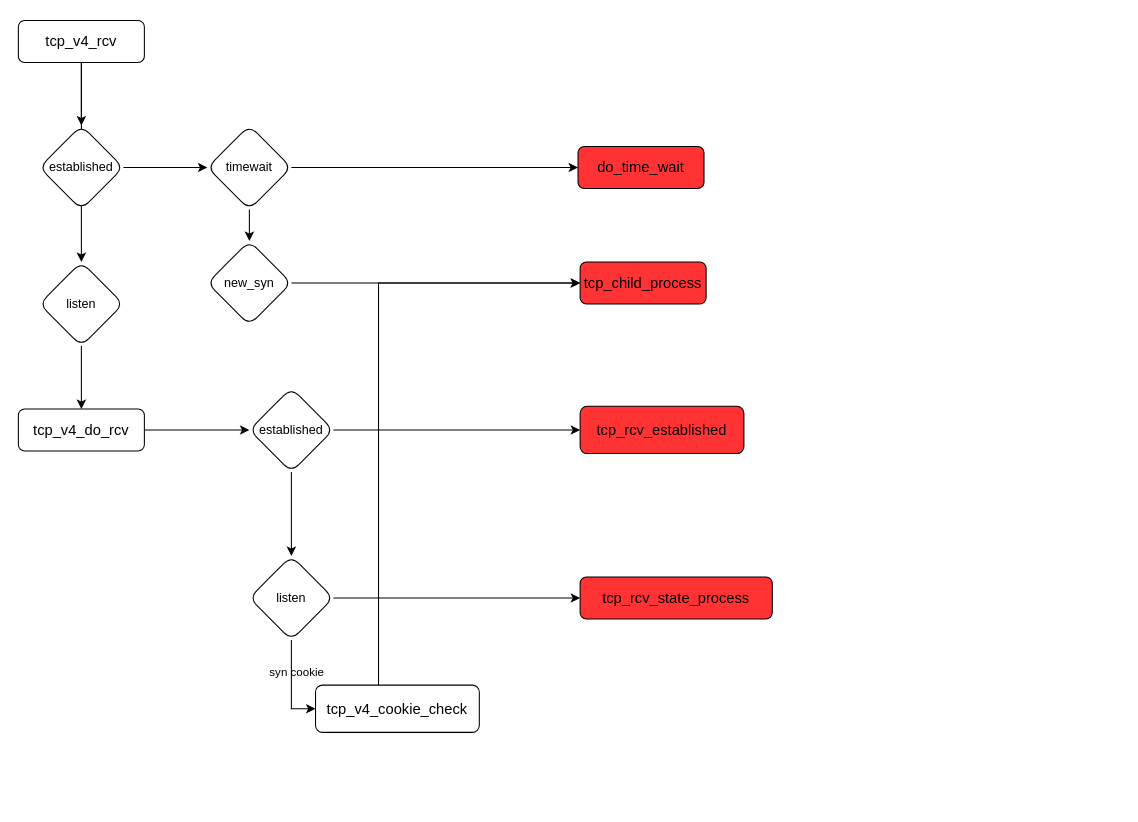
The draw.io diagram linux-kernel/tcp/tcp_recv.drawio in byrcoder/essay, before the edit. Source tidied: cells renumbered, new cells numbered last; positions are measured from the earlier drawing's top-left corner, leaving out a move shared by most shapes. Both pictures are drawn from the tidied source at 105%, with x=0, y=0 at pixel (18, 20).
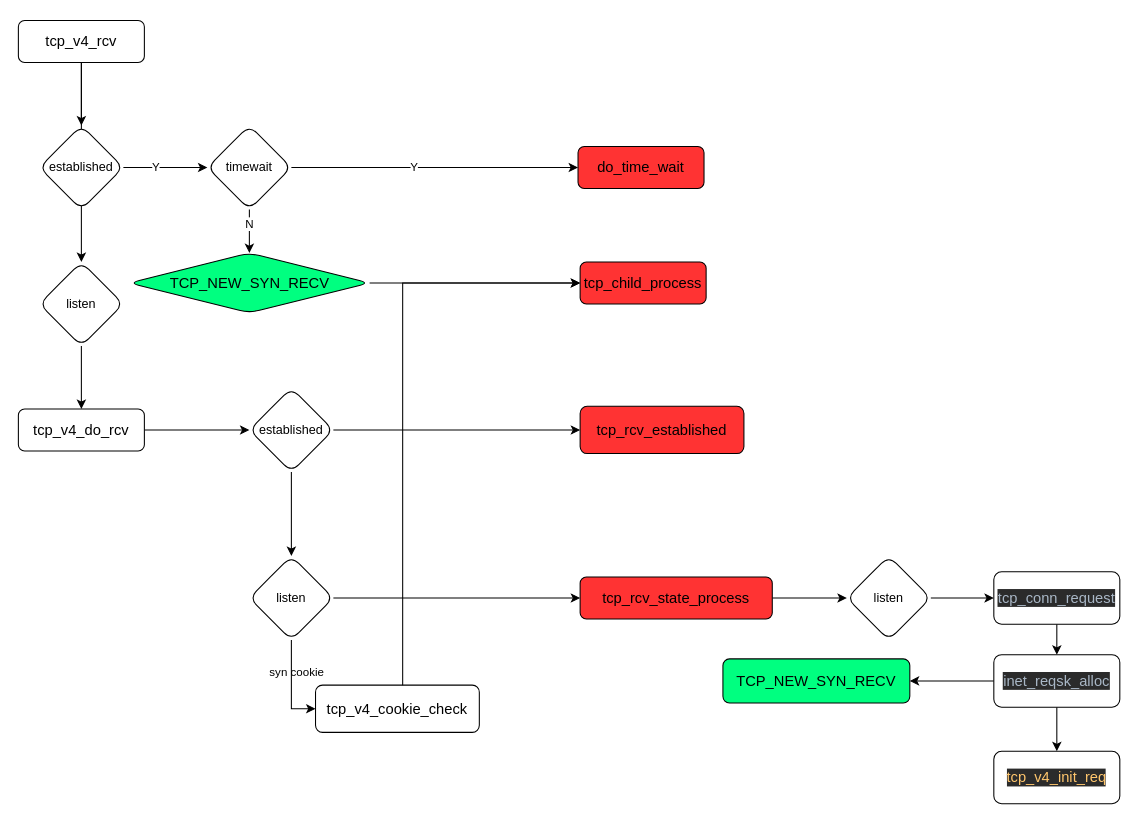
The same page after the edit.

Unchanged cells that the change refers to:
```xml
<mxCell id="5" style="edgeStyle=orthogonalEdgeStyle;rounded=0;jettySize=auto;html=1;exitX=1;exitY=0.5;exitDx=0;exitDy=0;fontColor=#000000;labelBackgroundColor=none;" parent="1" edge="1" source="10" target="8">
  <mxGeometry relative="1" as="geometry" />
</mxCell>
<mxCell id="6" style="edgeStyle=orthogonalEdgeStyle;rounded=0;jettySize=auto;html=1;fontColor=#000000;labelBackgroundColor=none;" parent="1" edge="1" source="7" target="10">
  <mxGeometry relative="1" as="geometry" />
</mxCell>
<mxCell id="9" style="edgeStyle=orthogonalEdgeStyle;rounded=0;jettySize=auto;html=1;fontColor=#000000;labelBackgroundColor=none;" parent="1" edge="1" source="10" target="12">
  <mxGeometry relative="1" as="geometry" />
</mxCell>
<mxCell id="13" value="&lt;pre style=&quot;font-family: &amp;quot;jetbrains mono&amp;quot;; font-size: 10.5pt;&quot;&gt;tcp_child_process&lt;/pre&gt;" style="whiteSpace=wrap;html=1;rounded=1;glass=0;strokeWidth=1;shadow=0;fontColor=#000000;labelBackgroundColor=none;fillColor=#FF3333;" parent="1" vertex="1">
  <mxGeometry x="535" y="230" width="120" height="40" as="geometry" />
</mxCell>
<mxCell id="28" value="&lt;pre style=&quot;font-family: &amp;quot;jetbrains mono&amp;quot;; font-size: 10.5pt;&quot;&gt;tcp_rcv_state_process&lt;/pre&gt;" style="whiteSpace=wrap;html=1;fontColor=#000000;rounded=1;glass=0;strokeWidth=1;shadow=0;labelBackgroundColor=none;fillColor=#FF3333;" parent="1" vertex="1">
  <mxGeometry x="535" y="530" width="183" height="40" as="geometry" />
</mxCell>
```

The edit, as a diff of the source:
```diff
@@
+    <mxCell id="29" value="Y" style="edgeLabel;html=1;align=center;verticalAlign=middle;fontColor=#000000;" parent="5" vertex="1">
+      <mxGeometry x="-0.15" y="1" relative="1" as="geometry" />
+    </mxCell>
@@
+    <mxCell id="30" value="Y" style="edgeLabel;html=1;align=center;verticalAlign=middle;fontColor=#000000;" parent="6" vertex="1">
+      <mxGeometry x="-0.25" y="1" relative="1" as="geometry" />
+    </mxCell>
@@
+    <mxCell id="31" value="N" style="edgeLabel;html=1;align=center;verticalAlign=middle;fontColor=#000000;" parent="9" vertex="1">
+      <mxGeometry x="-0.37" y="-1" relative="1" as="geometry" />
+    </mxCell>
@@
-    <mxCell id="12" value="new_syn" style="rhombus;whiteSpace=wrap;html=1;rounded=1;glass=0;strokeWidth=1;shadow=0;fontColor=#000000;labelBackgroundColor=none;" parent="1" vertex="1">
-      <mxGeometry x="180" y="210" width="80" height="80" as="geometry" />
+    <mxCell id="12" value="&lt;pre style=&quot;font-size: 10.5pt ; font-family: &amp;quot;jetbrains mono&amp;quot;&quot;&gt;&lt;span style=&quot;&quot;&gt;TCP_NEW_SYN_RECV&lt;/span&gt;&lt;/pre&gt;" style="rhombus;whiteSpace=wrap;html=1;rounded=1;glass=0;strokeWidth=1;shadow=0;fontColor=#000000;labelBackgroundColor=none;fillColor=#00FF80;" parent="1" vertex="1">
+      <mxGeometry x="105.5" y="221.5" width="229" height="57" as="geometry" />
     </mxCell>
@@
     <mxCell id="18" style="edgeStyle=orthogonalEdgeStyle;rounded=0;jettySize=auto;html=1;labelBackgroundColor=none;fontColor=#000000;exitX=0.41;exitY=-0.022;exitDx=0;exitDy=0;exitPerimeter=0;entryX=0;entryY=0.5;entryDx=0;entryDy=0;" parent="1" edge="1" target="13">
       <mxGeometry relative="1" as="geometry">
         <mxPoint x="343" y="643" as="sourcePoint" />
         <Array as="points">
-          <mxPoint x="343" y="250" />
+          <mxPoint x="366" y="643" />
+          <mxPoint x="366" y="250" />
         </Array>
       </mxGeometry>
     </mxCell>
@@
+    <mxCell id="32" style="edgeStyle=orthogonalEdgeStyle;rounded=0;jettySize=auto;html=1;labelBackgroundColor=none;fontColor=#000000;entryX=0;entryY=0.5;entryDx=0;entryDy=0;" parent="1" edge="1" source="28" target="34">
+      <mxGeometry relative="1" as="geometry" />
+    </mxCell>
@@
+    <mxCell id="33" style="edgeStyle=orthogonalEdgeStyle;rounded=0;jettySize=auto;html=1;labelBackgroundColor=none;fontColor=#000000;" parent="1" edge="1" source="34" target="36">
+      <mxGeometry relative="1" as="geometry" />
+    </mxCell>
+    <mxCell id="34" value="listen" style="rhombus;whiteSpace=wrap;html=1;fontColor=#000000;rounded=1;glass=0;strokeWidth=1;shadow=0;labelBackgroundColor=none;" parent="1" vertex="1">
+      <mxGeometry x="789" y="510" width="80" height="80" as="geometry" />
+    </mxCell>
+    <mxCell id="35" style="edgeStyle=orthogonalEdgeStyle;rounded=0;jettySize=auto;html=1;labelBackgroundColor=none;fontColor=#000000;" parent="1" edge="1" source="36" target="39">
+      <mxGeometry relative="1" as="geometry" />
+    </mxCell>
+    <mxCell id="36" value="&lt;pre style=&quot;background-color: #2b2b2b ; color: #a9b7c6 ; font-family: &amp;#34;jetbrains mono&amp;#34; ; font-size: 10.5pt&quot;&gt;&lt;pre style=&quot;font-family: &amp;#34;jetbrains mono&amp;#34; ; font-size: 10.5pt&quot;&gt;tcp_conn_request&lt;/pre&gt;&lt;/pre&gt;" style="whiteSpace=wrap;html=1;fontColor=#000000;rounded=1;glass=0;strokeWidth=1;shadow=0;labelBackgroundColor=none;" parent="1" vertex="1">
+      <mxGeometry x="929" y="525" width="120" height="50" as="geometry" />
+    </mxCell>
+    <mxCell id="37" style="edgeStyle=orthogonalEdgeStyle;rounded=0;jettySize=auto;html=1;labelBackgroundColor=none;fontColor=#000000;" parent="1" edge="1" source="39" target="40">
+      <mxGeometry relative="1" as="geometry" />
+    </mxCell>
+    <mxCell id="38" style="edgeStyle=orthogonalEdgeStyle;rounded=0;jettySize=auto;html=1;labelBackgroundColor=none;fontColor=#000000;" parent="1" edge="1" source="39" target="41">
+      <mxGeometry relative="1" as="geometry" />
+    </mxCell>
+    <mxCell id="39" value="&lt;pre style=&quot;background-color: #2b2b2b ; color: #a9b7c6 ; font-family: &amp;#34;jetbrains mono&amp;#34; ; font-size: 10.5pt&quot;&gt;&lt;pre style=&quot;font-family: &amp;#34;jetbrains mono&amp;#34; ; font-size: 10.5pt&quot;&gt;&lt;pre style=&quot;font-family: &amp;#34;jetbrains mono&amp;#34; ; font-size: 10.5pt&quot;&gt;inet_reqsk_alloc&lt;/pre&gt;&lt;/pre&gt;&lt;/pre&gt;" style="whiteSpace=wrap;html=1;fontColor=#000000;rounded=1;glass=0;strokeWidth=1;shadow=0;labelBackgroundColor=none;" parent="1" vertex="1">
+      <mxGeometry x="929" y="604" width="120" height="50" as="geometry" />
+    </mxCell>
+    <mxCell id="40" value="&lt;pre style=&quot;background-color: #2b2b2b ; color: #a9b7c6 ; font-family: &amp;#34;jetbrains mono&amp;#34; ; font-size: 10.5pt&quot;&gt;&lt;pre style=&quot;font-family: &amp;#34;jetbrains mono&amp;#34; ; font-size: 10.5pt&quot;&gt;&lt;pre style=&quot;font-family: &amp;#34;jetbrains mono&amp;#34; ; font-size: 10.5pt&quot;&gt;&lt;pre style=&quot;font-size: 10.5pt ; font-family: &amp;#34;jetbrains mono&amp;#34;&quot;&gt;&lt;span style=&quot;color: rgb(255 , 198 , 109)&quot;&gt;tcp_v4_init_req&lt;/span&gt;&lt;/pre&gt;&lt;/pre&gt;&lt;/pre&gt;&lt;/pre&gt;" style="whiteSpace=wrap;html=1;fontColor=#000000;rounded=1;glass=0;strokeWidth=1;shadow=0;labelBackgroundColor=none;" parent="1" vertex="1">
+      <mxGeometry x="929" y="696" width="120" height="50" as="geometry" />
+    </mxCell>
+    <mxCell id="41" value="&lt;pre style=&quot;font-family: &amp;#34;jetbrains mono&amp;#34; ; font-size: 10.5pt&quot;&gt;&lt;pre style=&quot;font-family: &amp;#34;jetbrains mono&amp;#34; ; font-size: 10.5pt&quot;&gt;&lt;pre style=&quot;font-family: &amp;#34;jetbrains mono&amp;#34; ; font-size: 10.5pt&quot;&gt;&lt;pre style=&quot;font-family: &amp;#34;jetbrains mono&amp;#34; ; font-size: 10.5pt&quot;&gt;&lt;span style=&quot;background-color: rgb(0 , 255 , 128)&quot;&gt;TCP_NEW_SYN_RECV&lt;/span&gt;&lt;/pre&gt;&lt;/pre&gt;&lt;/pre&gt;&lt;/pre&gt;" style="whiteSpace=wrap;html=1;fontColor=#000000;rounded=1;glass=0;strokeWidth=1;shadow=0;labelBackgroundColor=none;fillColor=#00FF80;" parent="1" vertex="1">
+      <mxGeometry x="671" y="608" width="178" height="42" as="geometry" />
+    </mxCell>
```
